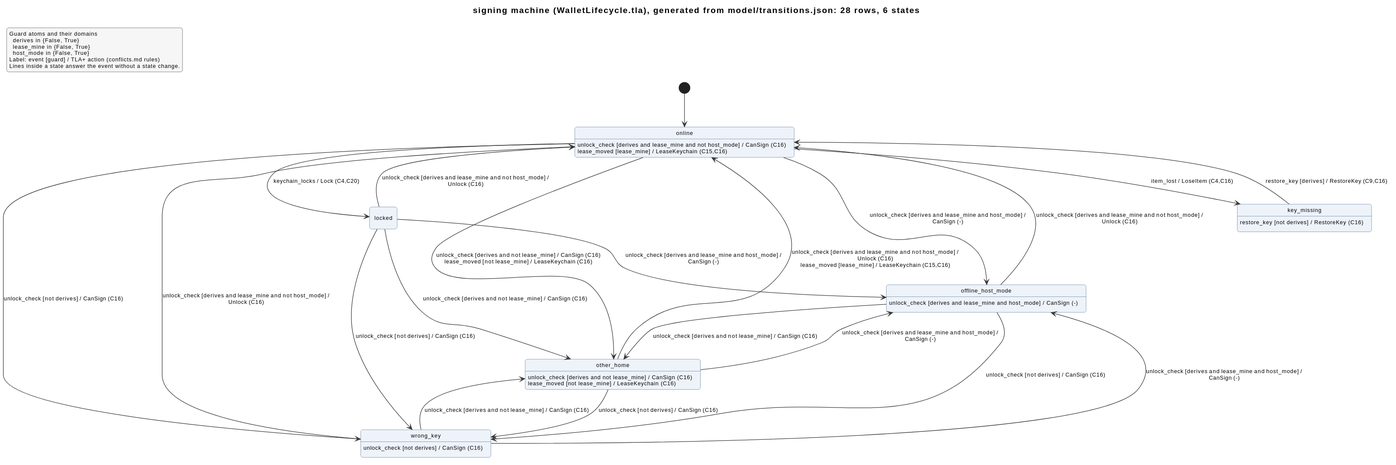
marcopesani/banda keeps this PlantUML diagram as docs/wallets/uml/svg/state-signing.svg. Above is the earlier version.
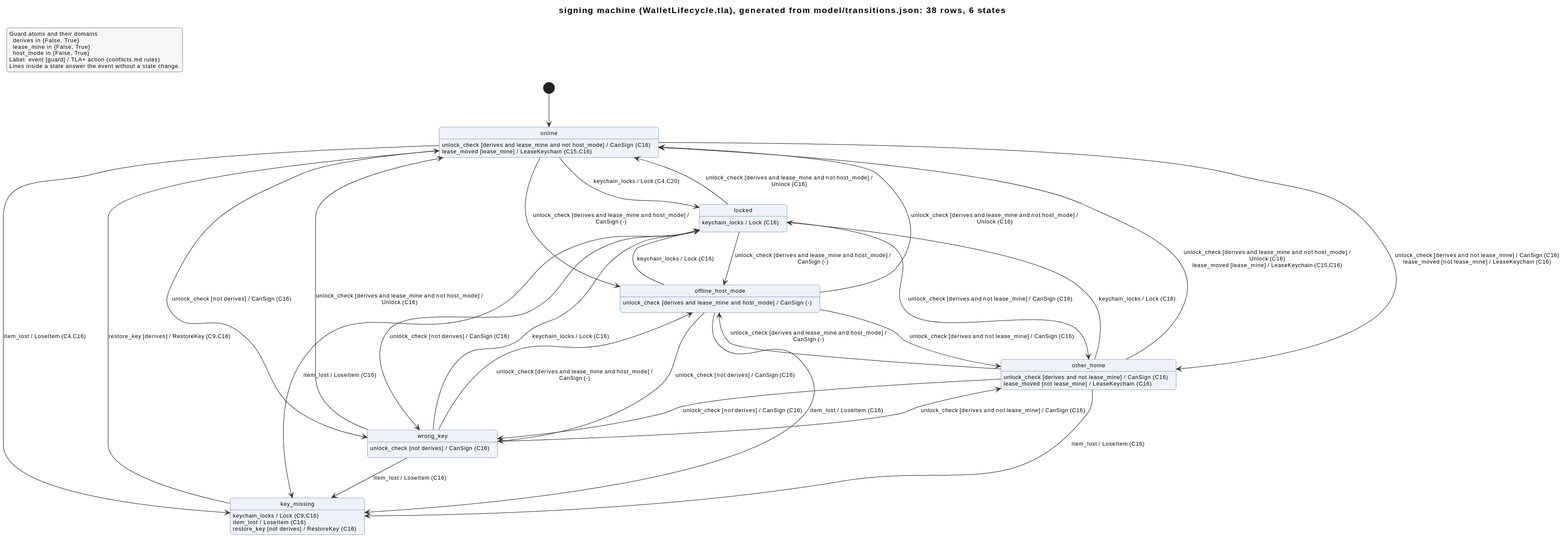
Above is the later version.

Diff of the diagram source:
```diff
@@ -5,7 +5,7 @@
 skinparam stateAttributeFontSize 10
 skinparam stateAttributeFontStyle plain
 skinparam ArrowFontSize 10
-title signing machine (WalletLifecycle.tla), generated from model/transitions.json: 28 rows, 6 states
+title signing machine (WalletLifecycle.tla), generated from model/transitions.json: 38 rows, 6 states
 
 legend top left
 Guard atoms and their domains
@@ -27,6 +27,9 @@
 
 signing_online : unlock_check [derives and lease_mine and not host_mode] / CanSign (C16)
 signing_online : lease_moved [lease_mine] / LeaseKeychain (C15,C16)
+signing_locked : keychain_locks / Lock (C16)
+signing_key_missing : keychain_locks / Lock (C9,C16)
+signing_key_missing : item_lost / LoseItem (C16)
 signing_key_missing : restore_key [not derives] / RestoreKey (C16)
 signing_wrong_key : unlock_check [not derives] / CanSign (C16)
 signing_other_home : unlock_check [derives and not lease_mine] / CanSign (C16)
@@ -35,6 +38,13 @@
 
 signing_online --> signing_locked : keychain_locks / Lock (C4,C20)
 signing_online --> signing_key_missing : item_lost / LoseItem (C4,C16)
+signing_locked --> signing_key_missing : item_lost / LoseItem (C16)
+signing_wrong_key --> signing_locked : keychain_locks / Lock (C16)
+signing_wrong_key --> signing_key_missing : item_lost / LoseItem (C16)
+signing_other_home --> signing_locked : keychain_locks / Lock (C16)
+signing_other_home --> signing_key_missing : item_lost / LoseItem (C16)
+signing_offline_host_mode --> signing_locked : keychain_locks / Lock (C16)
+signing_offline_host_mode --> signing_key_missing : item_lost / LoseItem (C16)
 signing_online --> signing_wrong_key : unlock_check [not derives] / CanSign (C16)
 signing_online --> signing_other_home : unlock_check [derives and not lease_mine] / CanSign (C16)\nlease_moved [not lease_mine] / LeaseKeychain (C16)
 signing_online --> signing_offline_host_mode : unlock_check [derives and lease_mine and host_mode] / CanSign (-)
```
